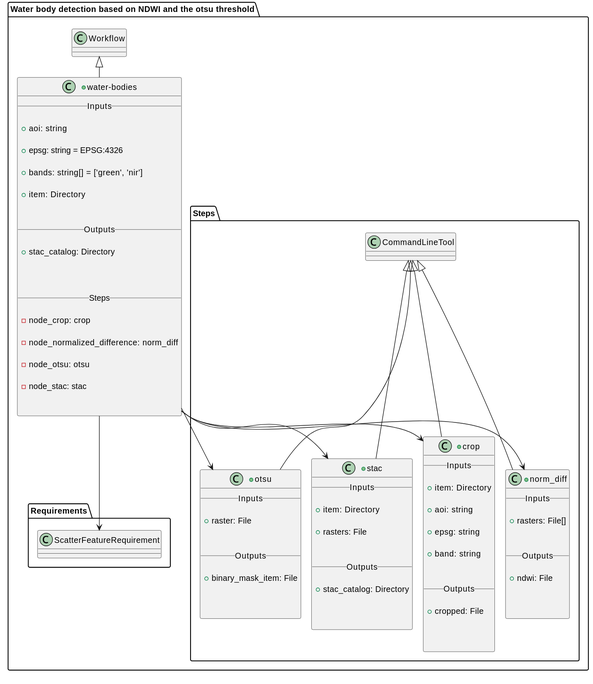
The PlantUML diagram docs/reference/cwl/cwl-workflow/app-water-body/water-bodies/class.svg in eoap/mastering-app-package, before a commit. Source of this version:
```plantuml
@startuml
!pragma layout smetana

















    package "Water body detection based on NDWI and the otsu threshold" {



    +class "water-bodies" as Workflow_water_bodies extends Workflow {
        __ Inputs __

        + aoi: string

        + epsg: string = EPSG:4326

        + bands: string[] = ['green', 'nir']

        + item: Directory


        __ Outputs __

        + stac_catalog: Directory



        __ Steps __

        - node_crop: crop

        - node_normalized_difference: norm_diff

        - node_otsu: otsu

        - node_stac: stac


    }















    package "Steps" {







    +class "crop" as CommandLineTool_crop extends CommandLineTool {
        __ Inputs __

        + item: Directory

        + aoi: string

        + epsg: string

        + band: string


        __ Outputs __

        + cropped: File



    }














Workflow_water_bodies --> CommandLineTool_crop








    +class "norm_diff" as CommandLineTool_norm_diff extends CommandLineTool {
        __ Inputs __

        + rasters: File[]


        __ Outputs __

        + ndwi: File



    }





Workflow_water_bodies --> CommandLineTool_norm_diff








    +class "otsu" as CommandLineTool_otsu extends CommandLineTool {
        __ Inputs __

        + raster: File


        __ Outputs __

        + binary_mask_item: File



    }





Workflow_water_bodies --> CommandLineTool_otsu








    +class "stac" as CommandLineTool_stac extends CommandLineTool {
        __ Inputs __

        + item: Directory

        + rasters: File


        __ Outputs __

        + stac_catalog: Directory



    }








Workflow_water_bodies --> CommandLineTool_stac


    }



    package "Requirements" {


        class ScatterFeatureRequirement
        Workflow_water_bodies --> ScatterFeatureRequirement


    }



}
@enduml
```
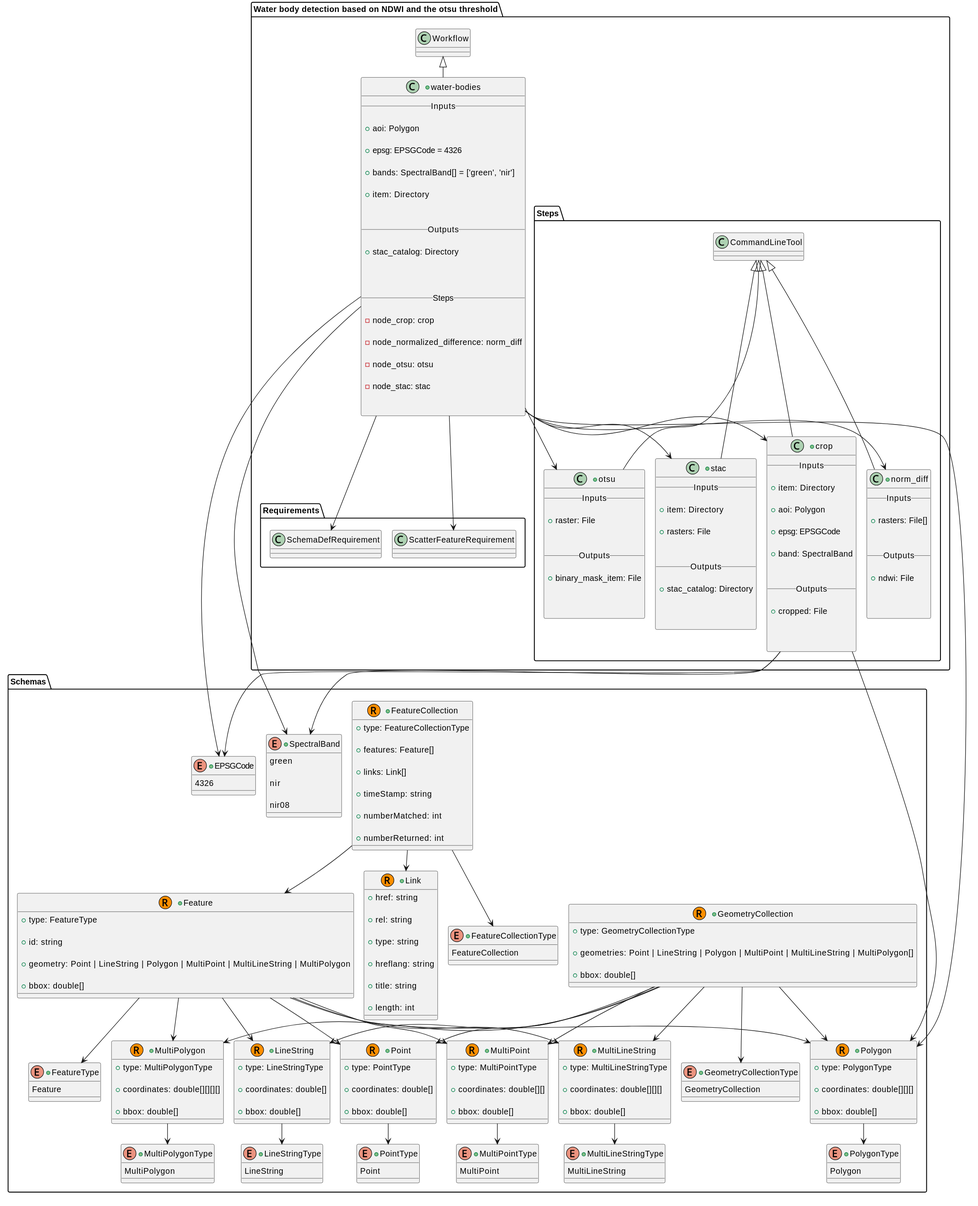
Later version of the same file.

Diff of the diagram source:
```diff
@@ -15,6 +15,349 @@
 
 
 
+            package "Schemas" {
+
+
+
+
+                        +enum PointType {
+
+        Point
+
+    }
+
+
+
+
+
+                        +record Point {
+
+        +type: PointType
+
+        +coordinates: double[]
+
+        +bbox: double[]
+
+    }
+
+    Point --> PointType
+
+
+
+
+
+
+
+
+                        +enum LineStringType {
+
+        LineString
+
+    }
+
+
+
+
+
+                        +record LineString {
+
+        +type: LineStringType
+
+        +coordinates: double[]
+
+        +bbox: double[]
+
+    }
+
+    LineString --> LineStringType
+
+
+
+
+
+
+
+
+                        +enum PolygonType {
+
+        Polygon
+
+    }
+
+
+
+
+
+                        +record Polygon {
+
+        +type: PolygonType
+
+        +coordinates: double[][][]
+
+        +bbox: double[]
+
+    }
+
+    Polygon --> PolygonType
+
+
+
+
+
+
+
+
+                        +enum MultiPointType {
+
+        MultiPoint
+
+    }
+
+
+
+
+
+                        +record MultiPoint {
+
+        +type: MultiPointType
+
+        +coordinates: double[][]
+
+        +bbox: double[]
+
+    }
+
+    MultiPoint --> MultiPointType
+
+
+
+
+
+
+
+
+                        +enum MultiLineStringType {
+
+        MultiLineString
+
+    }
+
+
+
+
+
+                        +record MultiLineString {
+
+        +type: MultiLineStringType
+
+        +coordinates: double[][][]
+
+        +bbox: double[]
+
+    }
+
+    MultiLineString --> MultiLineStringType
+
+
+
+
+
+
+
+
+                        +enum MultiPolygonType {
+
+        MultiPolygon
+
+    }
+
+
+
+
+
+                        +record MultiPolygon {
+
+        +type: MultiPolygonType
+
+        +coordinates: double[][][][]
+
+        +bbox: double[]
+
+    }
+
+    MultiPolygon --> MultiPolygonType
+
+
+
+
+
+
+
+
+                        +enum FeatureType {
+
+        Feature
+
+    }
+
+
+
+
+
+                        +record Feature {
+
+        +type: FeatureType
+
+        +id: string
+
+        +geometry: Point | LineString | Polygon | MultiPoint | MultiLineString | MultiPolygon
+
+        +bbox: double[]
+
+    }
+
+    Feature --> FeatureType
+
+
+    Feature --> Point
+Feature --> LineString
+Feature --> Polygon
+Feature --> MultiPoint
+Feature --> MultiLineString
+Feature --> MultiPolygon
+
+
+
+
+
+
+
+                        +enum GeometryCollectionType {
+
+        GeometryCollection
+
+    }
+
+
+
+
+
+                        +record GeometryCollection {
+
+        +type: GeometryCollectionType
+
+        +geometries: Point | LineString | Polygon | MultiPoint | MultiLineString | MultiPolygon[]
+
+        +bbox: double[]
+
+    }
+
+    GeometryCollection --> GeometryCollectionType
+
+    GeometryCollection --> Point
+GeometryCollection --> LineString
+GeometryCollection --> Polygon
+GeometryCollection --> MultiPoint
+GeometryCollection --> MultiLineString
+GeometryCollection --> MultiPolygon
+
+
+
+
+
+
+
+                        +record Link {
+
+        +href: string
+
+        +rel: string
+
+        +type: string
+
+        +hreflang: string
+
+        +title: string
+
+        +length: int
+
+    }
+
+
+
+
+
+
+
+
+
+
+
+
+                        +enum FeatureCollectionType {
+
+        FeatureCollection
+
+    }
+
+
+
+
+
+                        +record FeatureCollection {
+
+        +type: FeatureCollectionType
+
+        +features: Feature[]
+
+        +links: Link[]
+
+        +timeStamp: string
+
+        +numberMatched: int
+
+        +numberReturned: int
+
+    }
+
+    FeatureCollection --> FeatureCollectionType
+
+    FeatureCollection --> Feature
+
+    FeatureCollection --> Link
+
+
+
+
+
+
+
+
+
+                        +enum EPSGCode {
+
+        4326
+
+    }
+
+
+
+
+
+                        +enum SpectralBand {
+
+        green
+
+        nir
+
+        nir08
+
+    }
+
+
+            }
+
+
 
 
     package "Water body detection based on NDWI and the otsu threshold" {
@@ -24,11 +367,11 @@
     +class "water-bodies" as Workflow_water_bodies extends Workflow {
         __ Inputs __
 
-        + aoi: string
+        + aoi: Polygon
 
-        + epsg: string = EPSG:4326
+        + epsg: EPSGCode = 4326
 
-        + bands: string[] = ['green', 'nir']
+        + bands: SpectralBand[] = ['green', 'nir']
 
         + item: Directory
 
@@ -54,12 +397,15 @@
 
 
 
+        Workflow_water_bodies --> Polygon
 
 
 
+        Workflow_water_bodies --> EPSGCode
 
 
 
+        Workflow_water_bodies --> SpectralBand
 
 
 
@@ -79,11 +425,11 @@
 
         + item: Directory
 
-        + aoi: string
+        + aoi: Polygon
 
-        + epsg: string
+        + epsg: EPSGCode
 
-        + band: string
+        + band: SpectralBand
 
 
         __ Outputs __
@@ -99,12 +445,15 @@
 
 
 
+        CommandLineTool_crop --> Polygon
 
 
 
+        CommandLineTool_crop --> EPSGCode
 
 
 
+        CommandLineTool_crop --> SpectralBand
 
 
 Workflow_water_bodies --> CommandLineTool_crop
@@ -207,6 +556,11 @@
         Workflow_water_bodies --> ScatterFeatureRequirement
 
 
+
+        class SchemaDefRequirement
+        Workflow_water_bodies --> SchemaDefRequirement
+
+
     }
 
 
```
